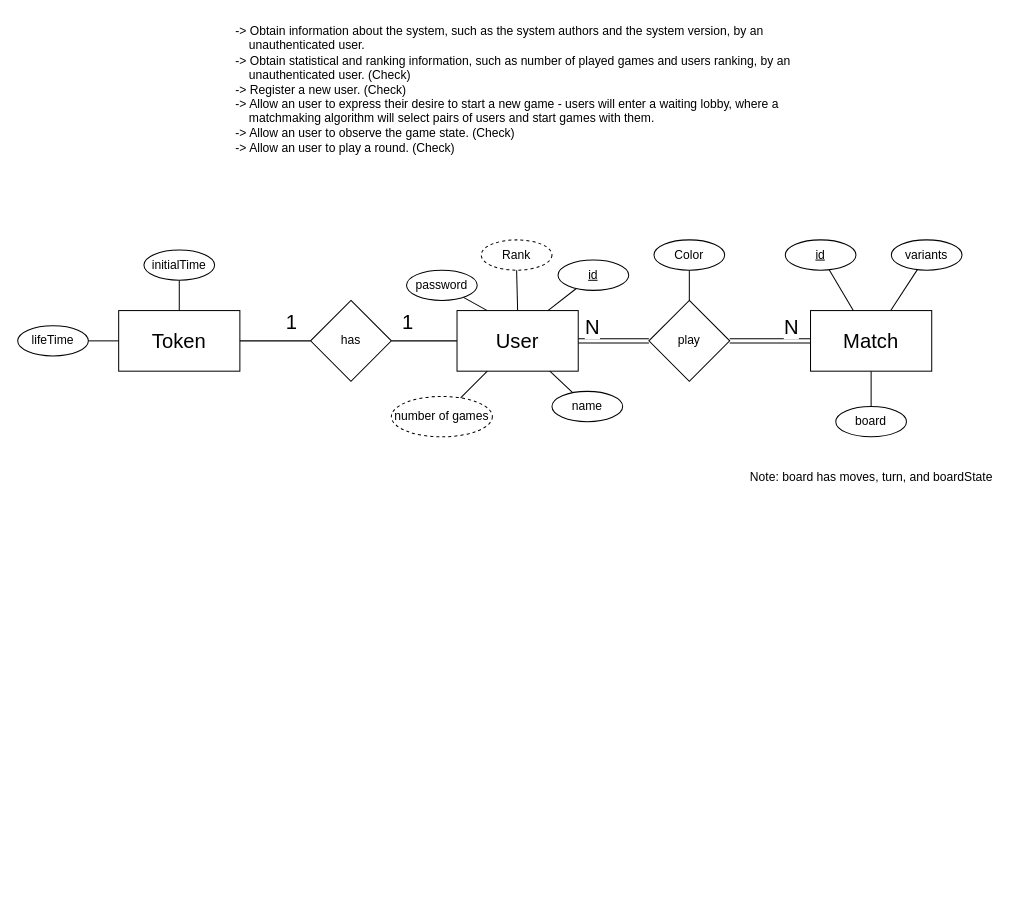
The draw.io diagram code/jvm/docs/diagrams/gomoku.drawio in AndreGraca3/Gomoku-Royale-web, before the edit. Source tidied: cells renumbered, new cells numbered last; positions are measured from the earlier drawing's top-left corner, leaving out a move shared by most shapes. Both pictures are drawn from the tidied source at 101%, with x=0, y=0 at pixel (17, 17).
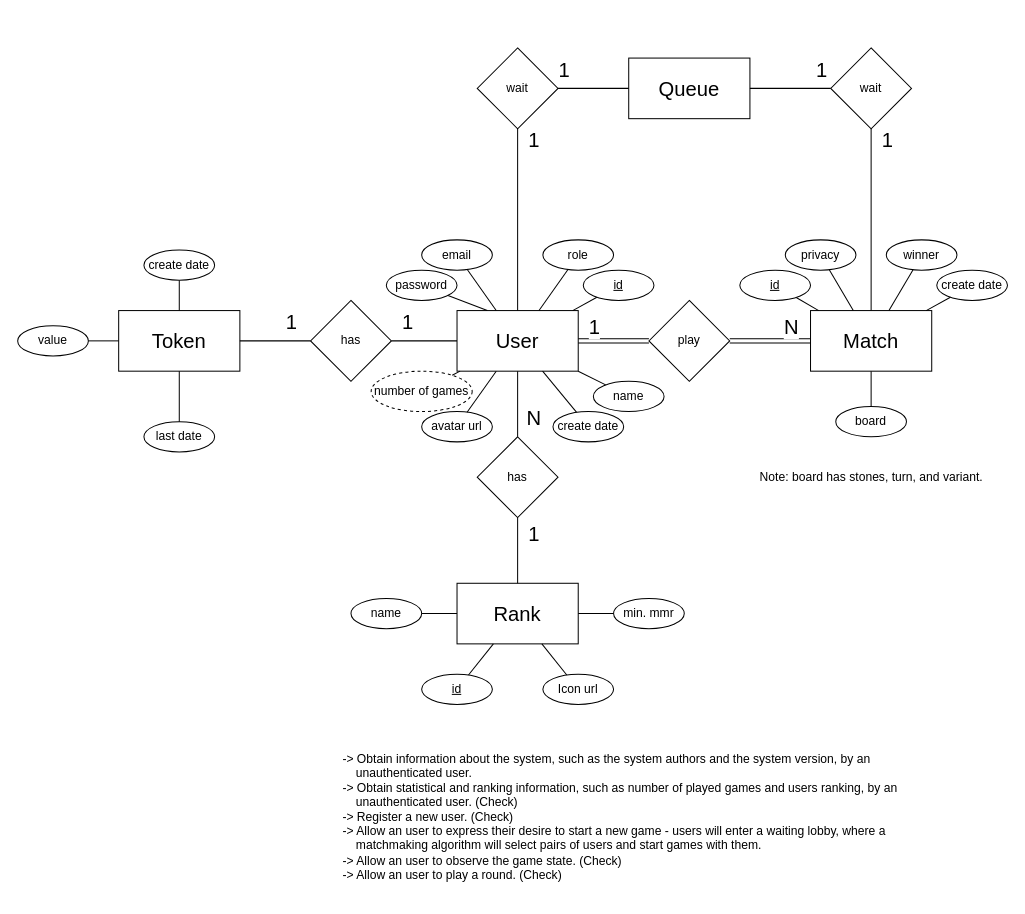
The same diagram, later.

The change refers to these unchanged cells:
```xml
<mxCell id="2" value="&lt;font style=&quot;font-size: 20px;&quot;&gt;User&lt;/font&gt;" style="rounded=0;whiteSpace=wrap;html=1;" parent="1" vertex="1">
  <mxGeometry x="435" y="290" width="120" height="60" as="geometry" />
</mxCell>
<mxCell id="3" value="&lt;span style=&quot;font-size: 20px;&quot;&gt;Match&lt;/span&gt;" style="rounded=0;whiteSpace=wrap;html=1;" parent="1" vertex="1">
  <mxGeometry x="785" y="290" width="120" height="60" as="geometry" />
</mxCell>
<mxCell id="4" value="play" style="rhombus;whiteSpace=wrap;html=1;" parent="1" vertex="1">
  <mxGeometry x="625" y="280" width="80" height="80" as="geometry" />
</mxCell>
<mxCell id="5" style="endArrow=none;html=1;rounded=0;exitX=0;exitY=0.5;exitDx=0;exitDy=0;shape=link;entryX=1;entryY=0.5;entryDx=0;entryDy=0;" parent="1" edge="1" source="4" target="2">
  <mxGeometry relative="1" as="geometry" />
</mxCell>
<mxCell id="29" value="&lt;span style=&quot;font-size: 20px;&quot;&gt;Token&lt;/span&gt;" style="rounded=0;whiteSpace=wrap;html=1;" parent="1" vertex="1">
  <mxGeometry x="100" y="290" width="120" height="60" as="geometry" />
</mxCell>
```

Change to the diagram source:
```diff
@@
-    <mxCell id="6" value="N" style="edgeLabel;html=1;align=center;verticalAlign=middle;fontSize=20;" parent="5" vertex="1">
+    <mxCell id="6" value="1" style="edgeLabel;html=1;align=center;verticalAlign=middle;fontSize=20;" parent="5" vertex="1">
       <mxGeometry x="0.06" y="3" relative="1" as="geometry">
-        <mxPoint x="-20" y="-18" as="offset" />
+        <mxPoint x="-18" y="-18" as="offset" />
       </mxGeometry>
     </mxCell>
@@
-    <mxCell id="9" value="Rank" style="ellipse;whiteSpace=wrap;html=1;dashed=1;" parent="1" vertex="1">
-      <mxGeometry x="459" y="220" width="70" height="30" as="geometry" />
-    </mxCell>
-    <mxCell id="10" style="endArrow=none;html=1;rounded=0;exitX=0.5;exitY=0;exitDx=0;exitDy=0;entryX=0.5;entryY=1;entryDx=0;entryDy=0;" parent="1" edge="1" source="2" target="9">
-      <mxGeometry relative="1" as="geometry" />
-    </mxCell>
     <mxCell id="11" value="number of games" style="ellipse;whiteSpace=wrap;html=1;dashed=1;" parent="1" vertex="1">
-      <mxGeometry x="370" y="375" width="100" height="40" as="geometry" />
+      <mxGeometry x="350" y="350" width="100" height="40" as="geometry" />
     </mxCell>
@@
     <mxCell id="13" value="-&gt; Obtain information about the system, such as the system authors and the system version, by an     unauthenticated user.&#10;-&gt; Obtain statistical and ranking information, such as number of played games and users ranking, by an     unauthenticated user. (Check)&#10;-&gt; Register a new user. (Check)&#10;-&gt; Allow an user to express their desire to start a new game - users will enter a waiting lobby, where a     matchmaking algorithm will select pairs of users and start games with them.&#10;-&gt; Allow an user to observe the game state. (Check)&#10;-&gt; Allow an user to play a round. (Check)" style="text;whiteSpace=wrap;" parent="1" vertex="1">
-      <mxGeometry x="214" width="560" height="150" as="geometry" />
+      <mxGeometry x="320" y="720" width="560" height="150" as="geometry" />
     </mxCell>
-    <mxCell id="14" value="variants" style="ellipse;whiteSpace=wrap;html=1;" parent="1" vertex="1">
-      <mxGeometry x="865" y="220" width="70" height="30" as="geometry" />
-    </mxCell>
-    <mxCell id="15" style="endArrow=none;html=1;rounded=0;" parent="1" edge="1" source="14" target="3">
-      <mxGeometry relative="1" as="geometry" />
-    </mxCell>
     <mxCell id="16" value="name" style="ellipse;whiteSpace=wrap;html=1;" parent="1" vertex="1">
-      <mxGeometry x="529" y="370" width="70" height="30" as="geometry" />
+      <mxGeometry x="570" y="360" width="70" height="30" as="geometry" />
     </mxCell>
@@
     <mxCell id="19" value="password" style="ellipse;whiteSpace=wrap;html=1;" parent="1" vertex="1">
-      <mxGeometry x="385" y="250" width="70" height="30" as="geometry" />
+      <mxGeometry x="365" y="250" width="70" height="30" as="geometry" />
     </mxCell>
-    <mxCell id="20" style="endArrow=none;html=1;rounded=0;exitX=0.75;exitY=0;exitDx=0;exitDy=0;" parent="1" edge="1" source="2" target="21">
+    <mxCell id="20" style="endArrow=none;html=1;rounded=0;" parent="1" edge="1" source="2" target="21">
       <mxGeometry relative="1" as="geometry" />
     </mxCell>
     <mxCell id="21" value="&lt;u&gt;id&lt;/u&gt;" style="ellipse;whiteSpace=wrap;html=1;" parent="1" vertex="1">
-      <mxGeometry x="535" y="240" width="70" height="30" as="geometry" />
+      <mxGeometry x="560" y="250" width="70" height="30" as="geometry" />
     </mxCell>
-    <mxCell id="22" style="endArrow=none;html=1;rounded=0;" parent="1" edge="1" source="23" target="4">
-      <mxGeometry relative="1" as="geometry" />
-    </mxCell>
-    <mxCell id="23" value="Color" style="ellipse;whiteSpace=wrap;html=1;" parent="1" vertex="1">
-      <mxGeometry x="630" y="220" width="70" height="30" as="geometry" />
-    </mxCell>
-    <mxCell id="24" style="endArrow=none;html=1;rounded=0;" parent="1" edge="1" source="25" target="3">
-      <mxGeometry relative="1" as="geometry" />
+    <mxCell id="24" style="endArrow=none;html=1;rounded=0;" parent="1" edge="1" target="3">
+      <mxGeometry relative="1" as="geometry">
+        <mxPoint x="770.8" y="277.1" as="sourcePoint" />
+      </mxGeometry>
     </mxCell>
-    <mxCell id="25" value="id" style="ellipse;whiteSpace=wrap;html=1;fontStyle=4;" parent="1" vertex="1">
-      <mxGeometry x="760" y="220" width="70" height="30" as="geometry" />
-    </mxCell>
@@
-    <mxCell id="28" value="Note: board has moves, turn, and boardState" style="text;html=1;align=center;verticalAlign=middle;strokeColor=none;fillColor=none;" parent="1" vertex="1">
-      <mxGeometry x="715" y="440" width="260" height="30" as="geometry" />
+    <mxCell id="28" value="Note: board has stones, turn, and variant." style="text;html=1;align=center;verticalAlign=middle;strokeColor=none;fillColor=none;" parent="1" vertex="1">
+      <mxGeometry x="725" y="440" width="240" height="30" as="geometry" />
     </mxCell>
@@
-    <mxCell id="36" value="initialTime" style="ellipse;whiteSpace=wrap;html=1;" parent="1" vertex="1">
+    <mxCell id="36" value="create date" style="ellipse;whiteSpace=wrap;html=1;" parent="1" vertex="1">
       <mxGeometry x="125" y="230" width="70" height="30" as="geometry" />
     </mxCell>
-    <mxCell id="37" value="lifeTime" style="ellipse;whiteSpace=wrap;html=1;" parent="1" vertex="1">
+    <mxCell id="37" value="value" style="ellipse;whiteSpace=wrap;html=1;" parent="1" vertex="1">
       <mxGeometry y="305" width="70" height="30" as="geometry" />
     </mxCell>
@@
+    <mxCell id="39" style="endArrow=none;html=1;rounded=0;exitX=0.5;exitY=1;exitDx=0;exitDy=0;entryX=0.5;entryY=0;entryDx=0;entryDy=0;" parent="1" edge="1" source="2" target="41">
+      <mxGeometry relative="1" as="geometry" />
+    </mxCell>
+    <mxCell id="40" value="&lt;font style=&quot;font-size: 20px;&quot;&gt;N&lt;/font&gt;" style="edgeLabel;html=1;align=center;verticalAlign=middle;" parent="39" vertex="1">
+      <mxGeometry x="0.42" y="-1" relative="1" as="geometry">
+        <mxPoint x="16" y="-1" as="offset" />
+      </mxGeometry>
+    </mxCell>
+    <mxCell id="41" value="has" style="rhombus;whiteSpace=wrap;html=1;" parent="1" vertex="1">
+      <mxGeometry x="455" y="415" width="80" height="80" as="geometry" />
+    </mxCell>
+    <mxCell id="9" value="&lt;font style=&quot;font-size: 20px;&quot;&gt;Rank&lt;/font&gt;" style="rounded=0;whiteSpace=wrap;html=1;" parent="1" vertex="1">
+      <mxGeometry x="435" y="560" width="120" height="60" as="geometry" />
+    </mxCell>
+    <mxCell id="42" style="endArrow=none;html=1;rounded=0;entryX=0.5;entryY=1;entryDx=0;entryDy=0;exitX=0.5;exitY=0;exitDx=0;exitDy=0;" parent="1" edge="1" source="9" target="41">
+      <mxGeometry relative="1" as="geometry" />
+    </mxCell>
+    <mxCell id="43" value="1" style="edgeLabel;html=1;align=center;verticalAlign=middle;fontSize=20;" parent="42" vertex="1">
+      <mxGeometry x="-0.16" relative="1" as="geometry">
+        <mxPoint x="15" y="-23" as="offset" />
+      </mxGeometry>
+    </mxCell>
+    <mxCell id="44" style="endArrow=none;html=1;rounded=0;entryX=0;entryY=0.5;entryDx=0;entryDy=0;exitX=1;exitY=0.5;exitDx=0;exitDy=0;" parent="1" edge="1" source="45" target="9">
+      <mxGeometry relative="1" as="geometry" />
+    </mxCell>
+    <mxCell id="45" value="name" style="ellipse;whiteSpace=wrap;html=1;" parent="1" vertex="1">
+      <mxGeometry x="330" y="575" width="70" height="30" as="geometry" />
+    </mxCell>
+    <mxCell id="46" value="&lt;u&gt;id&lt;/u&gt;" style="ellipse;whiteSpace=wrap;html=1;" parent="1" vertex="1">
+      <mxGeometry x="400" y="650" width="70" height="30" as="geometry" />
+    </mxCell>
+    <mxCell id="47" style="endArrow=none;html=1;rounded=0;" parent="1" edge="1" source="46" target="9">
+      <mxGeometry relative="1" as="geometry" />
+    </mxCell>
+    <mxCell id="48" value="Icon url" style="ellipse;whiteSpace=wrap;html=1;" parent="1" vertex="1">
+      <mxGeometry x="520" y="650" width="70" height="30" as="geometry" />
+    </mxCell>
+    <mxCell id="49" style="endArrow=none;html=1;rounded=0;" parent="1" edge="1" source="48" target="9">
+      <mxGeometry relative="1" as="geometry" />
+    </mxCell>
+    <mxCell id="50" value="min. mmr" style="ellipse;whiteSpace=wrap;html=1;" parent="1" vertex="1">
+      <mxGeometry x="590" y="575" width="70" height="30" as="geometry" />
+    </mxCell>
+    <mxCell id="51" style="endArrow=none;html=1;rounded=0;" parent="1" edge="1" source="50" target="9">
+      <mxGeometry relative="1" as="geometry" />
+    </mxCell>
+    <mxCell id="52" value="email" style="ellipse;whiteSpace=wrap;html=1;" parent="1" vertex="1">
+      <mxGeometry x="400" y="220" width="70" height="30" as="geometry" />
+    </mxCell>
+    <mxCell id="53" style="endArrow=none;html=1;rounded=0;" parent="1" edge="1" source="2" target="52">
+      <mxGeometry relative="1" as="geometry" />
+    </mxCell>
+    <mxCell id="54" style="endArrow=none;html=1;rounded=0;" parent="1" edge="1" source="2" target="55">
+      <mxGeometry relative="1" as="geometry" />
+    </mxCell>
+    <mxCell id="55" value="role" style="ellipse;whiteSpace=wrap;html=1;" parent="1" vertex="1">
+      <mxGeometry x="520" y="220" width="70" height="30" as="geometry" />
+    </mxCell>
+    <mxCell id="56" style="endArrow=none;html=1;rounded=0;" parent="1" edge="1" source="57" target="2">
+      <mxGeometry relative="1" as="geometry" />
+    </mxCell>
+    <mxCell id="57" value="create date" style="ellipse;whiteSpace=wrap;html=1;" parent="1" vertex="1">
+      <mxGeometry x="530" y="390" width="70" height="30" as="geometry" />
+    </mxCell>
+    <mxCell id="58" value="avatar url" style="ellipse;whiteSpace=wrap;html=1;" parent="1" vertex="1">
+      <mxGeometry x="400" y="390" width="70" height="30" as="geometry" />
+    </mxCell>
+    <mxCell id="59" style="endArrow=none;html=1;rounded=0;" parent="1" edge="1" source="58" target="2">
+      <mxGeometry relative="1" as="geometry" />
+    </mxCell>
+    <mxCell id="60" value="last date" style="ellipse;whiteSpace=wrap;html=1;" parent="1" vertex="1">
+      <mxGeometry x="125" y="400" width="70" height="30" as="geometry" />
+    </mxCell>
+    <mxCell id="61" style="endArrow=none;html=1;rounded=0;exitX=0.5;exitY=1;exitDx=0;exitDy=0;entryX=0.5;entryY=0;entryDx=0;entryDy=0;" parent="1" edge="1" source="29" target="60">
+      <mxGeometry relative="1" as="geometry" />
+    </mxCell>
+    <mxCell id="62" style="endArrow=none;html=1;rounded=0;" parent="1" edge="1" source="3" target="63">
+      <mxGeometry relative="1" as="geometry" />
+    </mxCell>
+    <mxCell id="63" value="privacy" style="ellipse;whiteSpace=wrap;html=1;fontStyle=0;" parent="1" vertex="1">
+      <mxGeometry x="760" y="220" width="70" height="30" as="geometry" />
+    </mxCell>
+    <mxCell id="64" value="create date" style="ellipse;whiteSpace=wrap;html=1;fontStyle=0;" parent="1" vertex="1">
+      <mxGeometry x="910" y="250" width="70" height="30" as="geometry" />
+    </mxCell>
+    <mxCell id="65" style="endArrow=none;html=1;rounded=0;" parent="1" edge="1" source="3" target="64">
+      <mxGeometry relative="1" as="geometry" />
+    </mxCell>
+    <mxCell id="66" value="winner" style="ellipse;whiteSpace=wrap;html=1;fontStyle=0;" parent="1" vertex="1">
+      <mxGeometry x="860" y="220" width="70" height="30" as="geometry" />
+    </mxCell>
+    <mxCell id="67" style="endArrow=none;html=1;rounded=0;" parent="1" edge="1" source="66" target="3">
+      <mxGeometry relative="1" as="geometry" />
+    </mxCell>
+    <mxCell id="68" value="&lt;span style=&quot;font-size: 20px;&quot;&gt;Queue&lt;/span&gt;" style="rounded=0;whiteSpace=wrap;html=1;" parent="1" vertex="1">
+      <mxGeometry x="605" y="40" width="120" height="60" as="geometry" />
+    </mxCell>
+    <mxCell id="69" value="wait" style="rhombus;whiteSpace=wrap;html=1;" parent="1" vertex="1">
+      <mxGeometry x="455" y="30" width="80" height="80" as="geometry" />
+    </mxCell>
+    <mxCell id="70" style="endArrow=none;html=1;rounded=0;exitX=0.5;exitY=1;exitDx=0;exitDy=0;entryX=0.5;entryY=0;entryDx=0;entryDy=0;" parent="1" edge="1" source="69" target="2">
+      <mxGeometry relative="1" as="geometry" />
+    </mxCell>
+    <mxCell id="71" value="1" style="edgeLabel;html=1;align=center;verticalAlign=middle;fontSize=20;" parent="70" vertex="1">
+      <mxGeometry x="0.06" y="3" relative="1" as="geometry">
+        <mxPoint x="12" y="-85" as="offset" />
+      </mxGeometry>
+    </mxCell>
+    <mxCell id="72" style="endArrow=none;html=1;rounded=0;exitX=0;exitY=0.5;exitDx=0;exitDy=0;entryX=1;entryY=0.5;entryDx=0;entryDy=0;" parent="1" edge="1" source="68" target="69">
+      <mxGeometry relative="1" as="geometry" />
+    </mxCell>
+    <mxCell id="73" value="1" style="edgeLabel;html=1;align=center;verticalAlign=middle;fontSize=20;" parent="72" vertex="1">
+      <mxGeometry x="0.06" y="3" relative="1" as="geometry">
+        <mxPoint x="-28" y="-23" as="offset" />
+      </mxGeometry>
+    </mxCell>
+    <mxCell id="74" value="wait" style="rhombus;whiteSpace=wrap;html=1;" parent="1" vertex="1">
+      <mxGeometry x="805" y="30" width="80" height="80" as="geometry" />
+    </mxCell>
+    <mxCell id="75" style="endArrow=none;html=1;rounded=0;exitX=1;exitY=0.5;exitDx=0;exitDy=0;entryX=0;entryY=0.5;entryDx=0;entryDy=0;strokeColor=default;" parent="1" edge="1" source="68" target="74">
+      <mxGeometry relative="1" as="geometry" />
+    </mxCell>
+    <mxCell id="76" value="1" style="edgeLabel;html=1;align=center;verticalAlign=middle;fontSize=20;" parent="75" vertex="1">
+      <mxGeometry x="0.06" y="3" relative="1" as="geometry">
+        <mxPoint x="28" y="-17" as="offset" />
+      </mxGeometry>
+    </mxCell>
+    <mxCell id="77" style="endArrow=none;html=1;rounded=0;exitX=0.5;exitY=0;exitDx=0;exitDy=0;entryX=0.5;entryY=1;entryDx=0;entryDy=0;" parent="1" edge="1" source="3" target="74">
+      <mxGeometry relative="1" as="geometry" />
+    </mxCell>
+    <mxCell id="78" value="1" style="edgeLabel;html=1;align=center;verticalAlign=middle;fontSize=20;" parent="77" vertex="1">
+      <mxGeometry x="0.06" y="3" relative="1" as="geometry">
+        <mxPoint x="18" y="-75" as="offset" />
+      </mxGeometry>
+    </mxCell>
+    <mxCell id="25" value="id" style="ellipse;whiteSpace=wrap;html=1;fontStyle=4;" parent="1" vertex="1">
+      <mxGeometry x="715" y="250" width="70" height="30" as="geometry" />
+    </mxCell>
```
